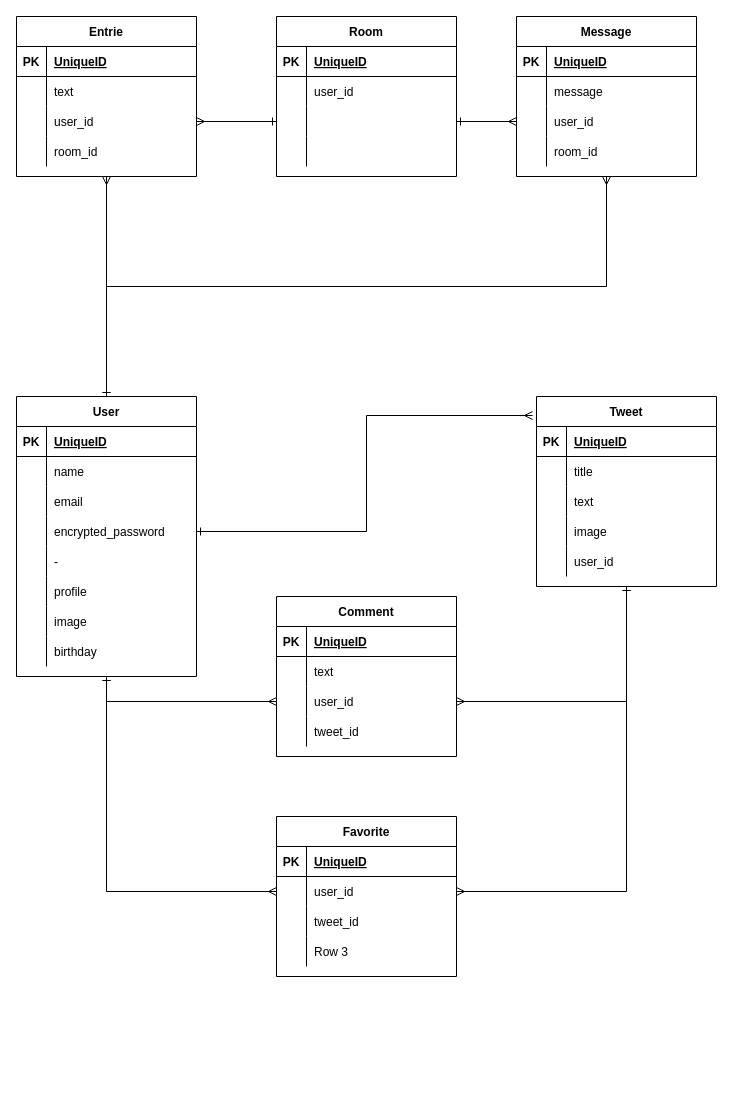
oak1331/BridgeBand keeps this draw.io diagram as BridgeBand.dio. Above is the earlier version. Source tidied: cells renumbered, new cells numbered last; positions are measured from the earlier drawing's top-left corner, leaving out a move shared by most shapes. Both pictures are drawn from the tidied source at 100%, with x=0, y=0 at pixel (16, 16).
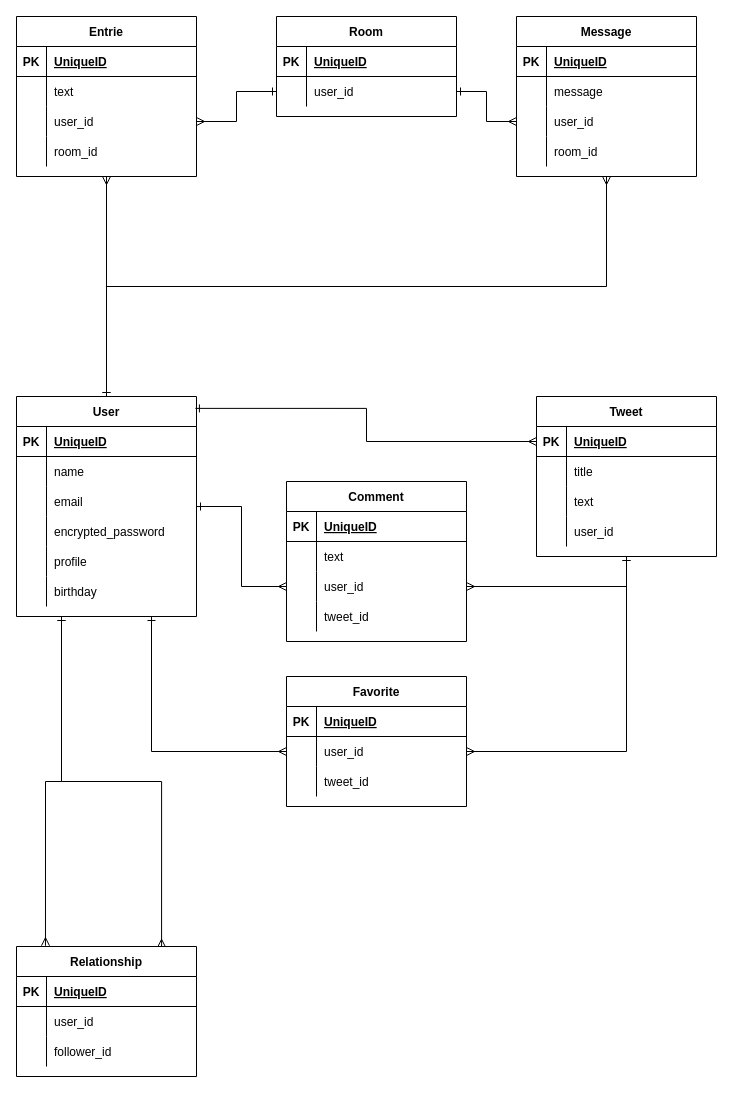
After the change.

Unchanged cells that the change refers to:
```xml
<mxCell id="16" style="shape=partialRectangle;fillColor=none;top=0;left=0;bottom=0;right=0;points=[[0,0.5],[1,0.5]];portConstraint=eastwest;" parent="6" vertex="1">
  <mxGeometry y="120" width="180" height="30" as="geometry" />
</mxCell>
<mxCell id="34" style="shape=partialRectangle;fillColor=none;top=0;left=0;bottom=1;right=0;points=[[0,0.5],[1,0.5]];portConstraint=eastwest;" parent="33" vertex="1">
  <mxGeometry y="30" width="180" height="30" as="geometry" />
</mxCell>
<mxCell id="53" style="shape=partialRectangle;fillColor=none;top=0;left=0;bottom=0;right=0;points=[[0,0.5],[1,0.5]];portConstraint=eastwest;" parent="49" vertex="1">
  <mxGeometry y="60" width="180" height="30" as="geometry" />
</mxCell>
<mxCell id="83" style="shape=partialRectangle;fillColor=none;top=0;left=0;bottom=0;right=0;points=[[0,0.5],[1,0.5]];portConstraint=eastwest;" parent="76" vertex="1">
  <mxGeometry y="90" width="180" height="30" as="geometry" />
</mxCell>
<mxCell id="93" style="shape=partialRectangle;fillColor=none;top=0;left=0;bottom=0;right=0;points=[[0,0.5],[1,0.5]];portConstraint=eastwest;" parent="89" vertex="1">
  <mxGeometry y="60" width="180" height="30" as="geometry" />
</mxCell>
<mxCell id="109" style="shape=partialRectangle;fillColor=none;top=0;left=0;bottom=0;right=0;points=[[0,0.5],[1,0.5]];portConstraint=eastwest;" parent="102" vertex="1">
  <mxGeometry y="90" width="180" height="30" as="geometry" />
</mxCell>
```

Diff of the diagram source:
```diff
@@
-    <mxCell id="2" style="edgeStyle=orthogonalEdgeStyle;rounded=0;jettySize=auto;html=1;entryX=0;entryY=0.5;entryDx=0;entryDy=0;startArrow=ERone;startFill=0;endArrow=ERmany;endFill=0;" parent="1" edge="1" source="6" target="53">
+    <mxCell id="2" style="edgeStyle=orthogonalEdgeStyle;rounded=0;jettySize=auto;html=1;entryX=0;entryY=0.5;entryDx=0;entryDy=0;startArrow=ERone;startFill=0;endArrow=ERmany;endFill=0;exitX=0.75;exitY=1;exitDx=0;exitDy=0;" parent="1" edge="1" source="6" target="53">
       <mxGeometry relative="1" as="geometry" />
     </mxCell>
@@
+    <mxCell id="117" style="edgeStyle=orthogonalEdgeStyle;rounded=0;jettySize=auto;html=1;exitX=0.25;exitY=1;exitDx=0;exitDy=0;entryX=0.161;entryY=-0.006;entryDx=0;entryDy=0;entryPerimeter=0;startArrow=ERone;startFill=0;endArrow=ERmany;endFill=0;" parent="1" edge="1" source="6" target="119">
+      <mxGeometry relative="1" as="geometry" />
+    </mxCell>
+    <mxCell id="118" style="edgeStyle=orthogonalEdgeStyle;rounded=0;jettySize=auto;html=1;entryX=0.806;entryY=0.006;entryDx=0;entryDy=0;entryPerimeter=0;startArrow=ERone;startFill=0;endArrow=ERmany;endFill=0;exitX=0.25;exitY=1;exitDx=0;exitDy=0;" parent="1" edge="1" source="6" target="119">
+      <mxGeometry relative="1" as="geometry" />
+    </mxCell>
     <mxCell id="6" value="User" style="shape=table;startSize=30;childLayout=tableLayout;rowLines=0;fontStyle=1;align=center;" parent="1" vertex="1">
-      <mxGeometry y="380" width="180" height="280" as="geometry" />
+      <mxGeometry y="380" width="180" height="220" as="geometry" />
     </mxCell>
@@
-    <mxCell id="19" style="shape=partialRectangle;fillColor=none;top=0;left=0;bottom=0;right=0;" parent="6" vertex="1">
-      <mxGeometry y="150" width="180" height="30" as="geometry" />
-    </mxCell>
-    <mxCell id="20" style="shape=partialRectangle;fillColor=none;top=0;left=0;bottom=0;right=0;overflow=hidden;" parent="19" vertex="1">
-      <mxGeometry width="30" height="30" as="geometry" />
-    </mxCell>
-    <mxCell id="21" value="-" style="shape=partialRectangle;fillColor=none;top=0;left=0;bottom=0;right=0;align=left;spacingLeft=6;overflow=hidden;" parent="19" vertex="1">
-      <mxGeometry x="30" width="150" height="30" as="geometry" />
-    </mxCell>
     <mxCell id="22" style="shape=partialRectangle;fillColor=none;top=0;left=0;bottom=0;right=0;" parent="6" vertex="1">
-      <mxGeometry y="180" width="180" height="30" as="geometry" />
+      <mxGeometry y="150" width="180" height="30" as="geometry" />
     </mxCell>
@@
-    <mxCell id="25" style="shape=partialRectangle;fillColor=none;top=0;left=0;bottom=0;right=0;" parent="6" vertex="1">
-      <mxGeometry y="210" width="180" height="30" as="geometry" />
-    </mxCell>
-    <mxCell id="26" style="shape=partialRectangle;fillColor=none;top=0;left=0;bottom=0;right=0;overflow=hidden;" parent="25" vertex="1">
-      <mxGeometry width="30" height="30" as="geometry" />
-    </mxCell>
-    <mxCell id="27" value="image" style="shape=partialRectangle;fillColor=none;top=0;left=0;bottom=0;right=0;align=left;spacingLeft=6;overflow=hidden;" parent="25" vertex="1">
-      <mxGeometry x="30" width="150" height="30" as="geometry" />
-    </mxCell>
     <mxCell id="28" style="shape=partialRectangle;fillColor=none;top=0;left=0;bottom=0;right=0;" parent="6" vertex="1">
-      <mxGeometry y="240" width="180" height="30" as="geometry" />
+      <mxGeometry y="180" width="180" height="30" as="geometry" />
     </mxCell>
@@
     <mxCell id="33" value="Tweet" style="shape=table;startSize=30;childLayout=tableLayout;rowLines=0;fontStyle=1;align=center;" parent="1" vertex="1">
-      <mxGeometry x="520" y="380" width="180" height="190" as="geometry" />
+      <mxGeometry x="520" y="380" width="180" height="160" as="geometry" />
     </mxCell>
@@
-    <mxCell id="43" style="shape=partialRectangle;fillColor=none;top=0;left=0;bottom=0;right=0;" parent="33" vertex="1">
-      <mxGeometry y="120" width="180" height="30" as="geometry" />
-    </mxCell>
-    <mxCell id="44" style="shape=partialRectangle;fillColor=none;top=0;left=0;bottom=0;right=0;overflow=hidden;" parent="43" vertex="1">
-      <mxGeometry width="30" height="30" as="geometry" />
-    </mxCell>
-    <mxCell id="45" value="image" style="shape=partialRectangle;fillColor=none;top=0;left=0;bottom=0;right=0;align=left;spacingLeft=6;overflow=hidden;" parent="43" vertex="1">
-      <mxGeometry x="30" width="150" height="30" as="geometry" />
-    </mxCell>
     <mxCell id="46" style="shape=partialRectangle;fillColor=none;top=0;left=0;bottom=0;right=0;" parent="33" vertex="1">
-      <mxGeometry y="150" width="180" height="30" as="geometry" />
+      <mxGeometry y="120" width="180" height="30" as="geometry" />
     </mxCell>
@@
     <mxCell id="49" value="Favorite" style="shape=table;startSize=30;childLayout=tableLayout;rowLines=0;fontStyle=1;align=center;" parent="1" vertex="1">
-      <mxGeometry x="260" y="800" width="180" height="160" as="geometry" />
+      <mxGeometry x="270" y="660" width="180" height="130" as="geometry" />
     </mxCell>
@@
-    <mxCell id="59" style="shape=partialRectangle;fillColor=none;top=0;left=0;bottom=0;right=0;" parent="49" vertex="1">
-      <mxGeometry y="120" width="180" height="30" as="geometry" />
-    </mxCell>
-    <mxCell id="60" style="shape=partialRectangle;fillColor=none;top=0;left=0;bottom=0;right=0;overflow=hidden;" parent="59" vertex="1">
-      <mxGeometry width="30" height="30" as="geometry" />
-    </mxCell>
-    <mxCell id="61" value="Row 3" style="shape=partialRectangle;fillColor=none;top=0;left=0;bottom=0;right=0;align=left;spacingLeft=6;overflow=hidden;" parent="59" vertex="1">
-      <mxGeometry x="30" width="150" height="30" as="geometry" />
-    </mxCell>
     <mxCell id="62" value="Comment" style="shape=table;startSize=30;childLayout=tableLayout;rowLines=0;fontStyle=1;align=center;" parent="1" vertex="1">
-      <mxGeometry x="260" y="580" width="180" height="160" as="geometry" />
+      <mxGeometry x="270" y="465" width="180" height="160" as="geometry" />
     </mxCell>
@@
-    <mxCell id="75" style="edgeStyle=orthogonalEdgeStyle;rounded=0;jettySize=auto;html=1;entryX=-0.022;entryY=0.1;entryDx=0;entryDy=0;entryPerimeter=0;endArrow=ERmany;endFill=0;startArrow=ERone;startFill=0;" parent="1" edge="1" source="16" target="33">
+    <mxCell id="75" style="edgeStyle=orthogonalEdgeStyle;rounded=0;jettySize=auto;html=1;entryX=0;entryY=0.5;entryDx=0;entryDy=0;endArrow=ERmany;endFill=0;startArrow=ERone;startFill=0;exitX=0.994;exitY=0.054;exitDx=0;exitDy=0;exitPerimeter=0;" parent="1" edge="1" source="6" target="34">
       <mxGeometry relative="1" as="geometry" />
     </mxCell>
@@
     <mxCell id="89" value="Room" style="shape=table;startSize=30;childLayout=tableLayout;rowLines=0;fontStyle=1;align=center;" parent="1" vertex="1">
-      <mxGeometry x="260" width="180" height="160" as="geometry" />
+      <mxGeometry x="260" width="180" height="100" as="geometry" />
     </mxCell>
@@
-    <mxCell id="96" style="shape=partialRectangle;fillColor=none;top=0;left=0;bottom=0;right=0;points=[[0,0.5],[1,0.5]];portConstraint=eastwest;" parent="89" vertex="1">
-      <mxGeometry y="90" width="180" height="30" as="geometry" />
-    </mxCell>
-    <mxCell id="97" style="shape=partialRectangle;fillColor=none;top=0;left=0;bottom=0;right=0;overflow=hidden;" parent="96" vertex="1">
-      <mxGeometry width="30" height="30" as="geometry" />
-    </mxCell>
-    <mxCell id="98" style="shape=partialRectangle;fillColor=none;top=0;left=0;bottom=0;right=0;align=left;spacingLeft=6;overflow=hidden;" parent="96" vertex="1">
-      <mxGeometry x="30" width="150" height="30" as="geometry" />
-    </mxCell>
-    <mxCell id="99" style="shape=partialRectangle;fillColor=none;top=0;left=0;bottom=0;right=0;" parent="89" vertex="1">
-      <mxGeometry y="120" width="180" height="30" as="geometry" />
-    </mxCell>
-    <mxCell id="100" style="shape=partialRectangle;fillColor=none;top=0;left=0;bottom=0;right=0;overflow=hidden;" parent="99" vertex="1">
-      <mxGeometry width="30" height="30" as="geometry" />
-    </mxCell>
-    <mxCell id="101" style="shape=partialRectangle;fillColor=none;top=0;left=0;bottom=0;right=0;align=left;spacingLeft=6;overflow=hidden;" parent="99" vertex="1">
-      <mxGeometry x="30" width="150" height="30" as="geometry" />
-    </mxCell>
@@
-    <mxCell id="115" style="edgeStyle=orthogonalEdgeStyle;rounded=0;jettySize=auto;html=1;exitX=1;exitY=0.5;exitDx=0;exitDy=0;entryX=0;entryY=0.5;entryDx=0;entryDy=0;startArrow=ERone;startFill=0;endArrow=ERmany;endFill=0;" parent="1" edge="1" source="96" target="109">
+    <mxCell id="115" style="edgeStyle=orthogonalEdgeStyle;rounded=0;jettySize=auto;html=1;exitX=1;exitY=0.5;exitDx=0;exitDy=0;entryX=0;entryY=0.5;entryDx=0;entryDy=0;startArrow=ERone;startFill=0;endArrow=ERmany;endFill=0;" parent="1" edge="1" source="93" target="109">
       <mxGeometry relative="1" as="geometry" />
     </mxCell>
-    <mxCell id="116" style="edgeStyle=orthogonalEdgeStyle;rounded=0;jettySize=auto;html=1;exitX=0;exitY=0.5;exitDx=0;exitDy=0;entryX=1;entryY=0.5;entryDx=0;entryDy=0;startArrow=ERone;startFill=0;endArrow=ERmany;endFill=0;" parent="1" edge="1" source="96" target="83">
+    <mxCell id="116" style="edgeStyle=orthogonalEdgeStyle;rounded=0;jettySize=auto;html=1;exitX=0;exitY=0.5;exitDx=0;exitDy=0;entryX=1;entryY=0.5;entryDx=0;entryDy=0;startArrow=ERone;startFill=0;endArrow=ERmany;endFill=0;" parent="1" edge="1" source="93" target="83">
       <mxGeometry relative="1" as="geometry" />
     </mxCell>
+    <mxCell id="119" value="Relationship" style="shape=table;startSize=30;childLayout=tableLayout;rowLines=0;fontStyle=1;align=center;" parent="1" vertex="1">
+      <mxGeometry y="930" width="180" height="130" as="geometry" />
+    </mxCell>
+    <mxCell id="120" style="shape=partialRectangle;fillColor=none;top=0;left=0;bottom=1;right=0;" parent="119" vertex="1">
+      <mxGeometry y="30" width="180" height="30" as="geometry" />
+    </mxCell>
+    <mxCell id="121" value="PK" style="shape=partialRectangle;fillColor=none;top=0;left=0;bottom=0;right=0;fontStyle=1;overflow=hidden;" parent="120" vertex="1">
+      <mxGeometry width="30" height="30" as="geometry" />
+    </mxCell>
+    <mxCell id="122" value="UniqueID" style="shape=partialRectangle;fillColor=none;top=0;left=0;bottom=0;right=0;align=left;spacingLeft=6;fontStyle=5;overflow=hidden;" parent="120" vertex="1">
+      <mxGeometry x="30" width="150" height="30" as="geometry" />
+    </mxCell>
+    <mxCell id="123" style="shape=partialRectangle;fillColor=none;top=0;left=0;bottom=0;right=0;" parent="119" vertex="1">
+      <mxGeometry y="60" width="180" height="30" as="geometry" />
+    </mxCell>
+    <mxCell id="124" style="shape=partialRectangle;fillColor=none;top=0;left=0;bottom=0;right=0;overflow=hidden;" parent="123" vertex="1">
+      <mxGeometry width="30" height="30" as="geometry" />
+    </mxCell>
+    <mxCell id="125" value="user_id" style="shape=partialRectangle;fillColor=none;top=0;left=0;bottom=0;right=0;align=left;spacingLeft=6;overflow=hidden;" parent="123" vertex="1">
+      <mxGeometry x="30" width="150" height="30" as="geometry" />
+    </mxCell>
+    <mxCell id="96" style="shape=partialRectangle;fillColor=none;top=0;left=0;bottom=0;right=0;points=[[0,0.5],[1,0.5]];portConstraint=eastwest;" parent="119" vertex="1">
+      <mxGeometry y="90" width="180" height="30" as="geometry" />
+    </mxCell>
+    <mxCell id="126" style="shape=partialRectangle;fillColor=none;top=0;left=0;bottom=0;right=0;overflow=hidden;" parent="96" vertex="1">
+      <mxGeometry width="30" height="30" as="geometry" />
+    </mxCell>
+    <mxCell id="127" value="follower_id" style="shape=partialRectangle;fillColor=none;top=0;left=0;bottom=0;right=0;align=left;spacingLeft=6;overflow=hidden;" parent="96" vertex="1">
+      <mxGeometry x="30" width="150" height="30" as="geometry" />
+    </mxCell>
```
